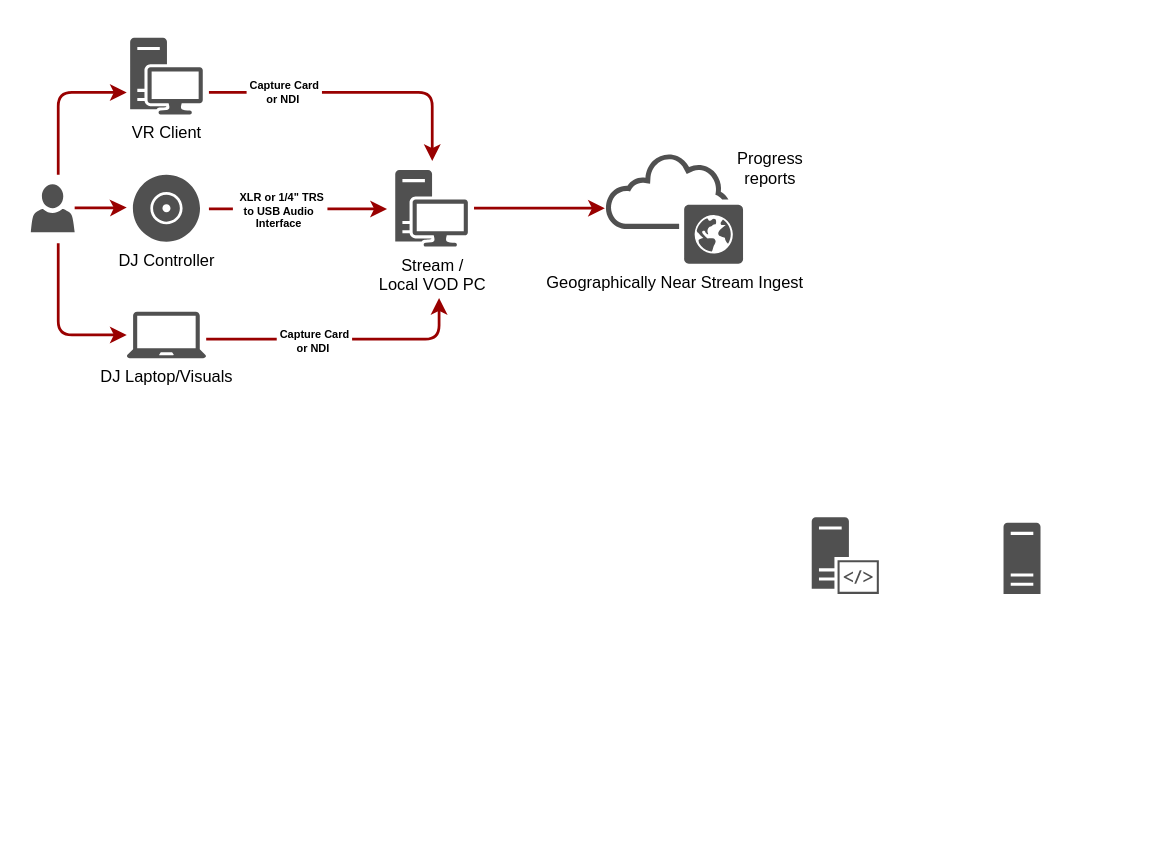
Earlier version of the draw.io diagram vrproduction.drawio (towneh/audiovisualtips). Source tidied: cells renumbered, new cells numbered last; positions are measured from the earlier drawing's top-left corner, leaving out a move shared by most shapes. Both pictures are drawn from the tidied source at 137%, with x=0, y=0 at pixel (30, 37).
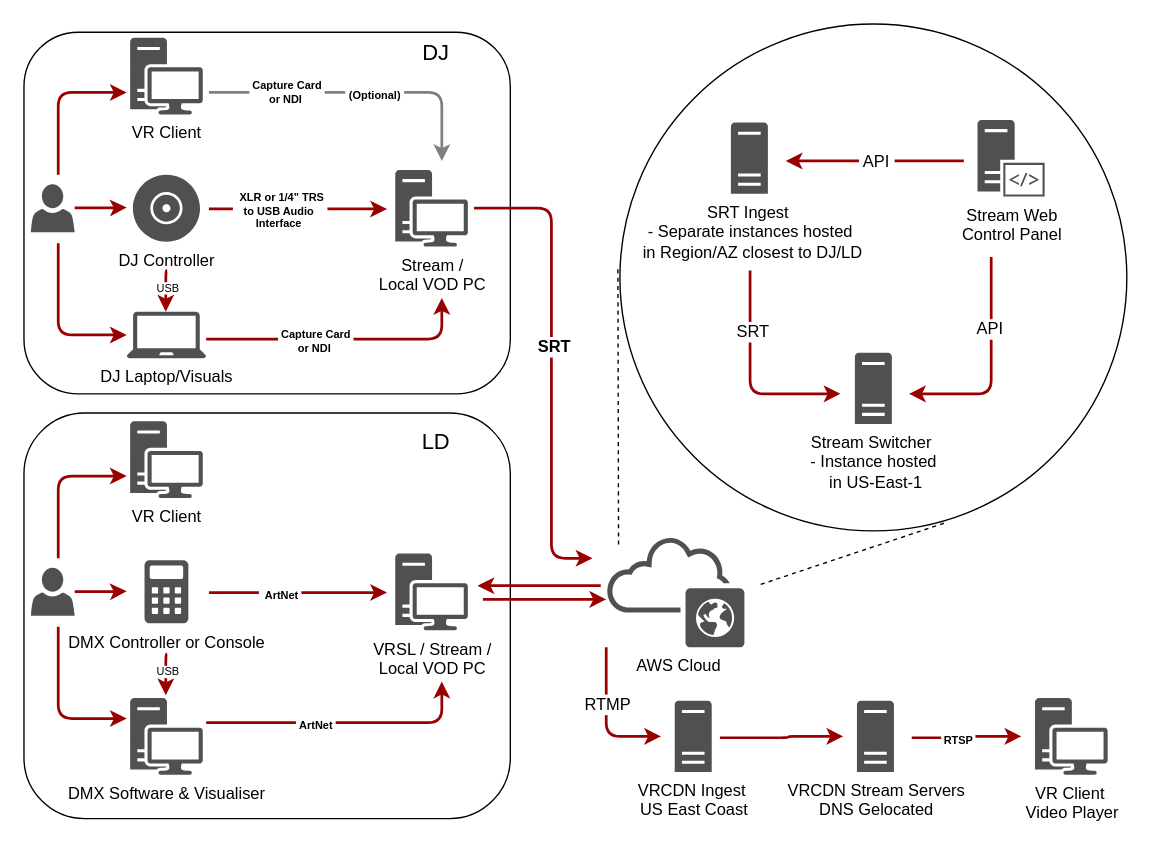
The same page after the edit.

The change refers to these unchanged cells:
```xml
<mxCell id="10" value="&lt;div&gt;DJ Laptop/Visuals&lt;/div&gt;" style="sketch=0;shadow=0;dashed=0;html=1;strokeColor=none;fillColor=#505050;labelPosition=center;verticalLabelPosition=bottom;verticalAlign=top;outlineConnect=0;align=center;shape=mxgraph.office.devices.laptop;" parent="1" vertex="1">
  <mxGeometry x="70" y="200" width="58" height="34" as="geometry" />
</mxCell>
```

Diff of the diagram source:
```diff
@@
-    <mxCell id="2" value="Progress&#10;reports" style="text;spacingTop=-5;align=center;" parent="1" vertex="1">
-      <mxGeometry x="525" y="80" width="30" height="20" as="geometry" />
-    </mxCell>
+    <mxCell id="21" style="ellipse;whiteSpace=wrap;html=1;" parent="1" vertex="1">
+      <mxGeometry x="430" y="-10" width="370" height="370" as="geometry" />
+    </mxCell>
+    <mxCell id="22" style="rounded=1;whiteSpace=wrap;html=1;" parent="1" vertex="1">
+      <mxGeometry x="-5" y="274" width="355" height="296" as="geometry" />
+    </mxCell>
+    <mxCell id="23" style="rounded=1;whiteSpace=wrap;html=1;" parent="1" vertex="1">
+      <mxGeometry x="-5" y="-4" width="355" height="264" as="geometry" />
+    </mxCell>
-    <mxCell id="3" style="edgeStyle=elbowEdgeStyle;elbow=horizontal;strokeColor=#990000;strokeWidth=2;" parent="1" edge="1">
+    <mxCell id="3" style="edgeStyle=elbowEdgeStyle;elbow=horizontal;strokeColor=#808080;strokeWidth=2;" parent="1" edge="1">
       <mxGeometry relative="1" as="geometry">
         <mxPoint x="130" y="40" as="sourcePoint" />
-        <mxPoint x="293" y="90" as="targetPoint" />
+        <mxPoint x="300" y="90" as="targetPoint" />
         <Array as="points">
-          <mxPoint x="293" y="30" />
+          <mxPoint x="300" y="40" />
         </Array>
       </mxGeometry>
     </mxCell>
@@
+    <mxCell id="24" value="&amp;nbsp;(Optional)&amp;nbsp; " style="edgeLabel;html=1;align=center;verticalAlign=middle;fontSize=8;fontStyle=1;" parent="3" vertex="1">
+      <mxGeometry x="0.09" y="-1" relative="1" as="geometry" />
+    </mxCell>
-    <mxCell id="5" value="Geographically Near Stream Ingest" style="sketch=0;shadow=0;dashed=0;html=1;strokeColor=none;fillColor=#505050;labelPosition=center;verticalLabelPosition=bottom;outlineConnect=0;verticalAlign=top;align=center;shape=mxgraph.office.clouds.public_cloud;" parent="1" vertex="1">
-      <mxGeometry x="419" y="84" width="101" height="81" as="geometry" />
+    <mxCell id="5" value="&lt;div&gt;&amp;nbsp;AWS Cloud&lt;br&gt;&lt;/div&gt;" style="sketch=0;shadow=0;dashed=0;html=1;strokeColor=none;fillColor=#505050;labelPosition=center;verticalLabelPosition=bottom;outlineConnect=0;verticalAlign=top;align=center;shape=mxgraph.office.clouds.public_cloud;" parent="1" vertex="1">
+      <mxGeometry x="420" y="364" width="101" height="81" as="geometry" />
     </mxCell>
-    <mxCell id="6" style="sketch=0;shadow=0;dashed=0;html=1;strokeColor=none;fillColor=#505050;labelPosition=center;verticalLabelPosition=bottom;verticalAlign=top;align=center;shape=mxgraph.office.servers.server_side_code;" parent="1" vertex="1">
-      <mxGeometry x="570" y="350" width="49" height="56" as="geometry" />
-    </mxCell>
-    <mxCell id="7" style="sketch=0;shadow=0;dashed=0;html=1;strokeColor=none;fillColor=#505050;labelPosition=center;verticalLabelPosition=bottom;verticalAlign=top;align=center;shape=mxgraph.office.servers.server_generic;" parent="1" vertex="1">
-      <mxGeometry x="710" y="354" width="27" height="52" as="geometry" />
-    </mxCell>
@@
     <mxCell id="11" style="edgeStyle=elbowEdgeStyle;elbow=horizontal;strokeColor=#990000;strokeWidth=2;" parent="1" edge="1">
       <mxGeometry relative="1" as="geometry">
         <mxPoint x="128" y="220" as="sourcePoint" />
-        <mxPoint x="298" y="190" as="targetPoint" />
+        <mxPoint x="300" y="190" as="targetPoint" />
         <Array as="points">
-          <mxPoint x="298" y="220" />
+          <mxPoint x="300" y="210" />
         </Array>
       </mxGeometry>
     </mxCell>
@@
-    <mxCell id="20" style="edgeStyle=elbowEdgeStyle;elbow=horizontal;strokeColor=#990000;strokeWidth=2;" parent="1" edge="1" target="5">
+    <mxCell id="20" style="edgeStyle=elbowEdgeStyle;elbow=horizontal;strokeColor=#990000;strokeWidth=2;" parent="1" edge="1">
       <mxGeometry relative="1" as="geometry">
         <mxPoint x="323.5" y="124.5" as="sourcePoint" />
+        <mxPoint x="410" y="380" as="targetPoint" />
         <Array as="points">
-          <mxPoint x="351.5" y="124.5" />
+          <mxPoint x="380" y="250" />
         </Array>
       </mxGeometry>
     </mxCell>
+    <mxCell id="25" value="&amp;nbsp;SRT&amp;nbsp; " style="edgeLabel;html=1;align=center;verticalAlign=middle;fontSize=12;fontStyle=1;" parent="20" vertex="1">
+      <mxGeometry x="-0.08" y="1" relative="1" as="geometry" />
+    </mxCell>
+    <mxCell id="26" style="edgeStyle=elbowEdgeStyle;elbow=horizontal;strokeColor=#990000;strokeWidth=2;" parent="1" edge="1" target="10">
+      <mxGeometry relative="1" as="geometry">
+        <mxPoint x="99.5" y="170" as="sourcePoint" />
+        <Array as="points">
+          <mxPoint x="98.5" y="170" />
+        </Array>
+      </mxGeometry>
+    </mxCell>
+    <mxCell id="27" value="USB" style="edgeLabel;html=1;align=center;verticalAlign=middle;fontSize=8;" parent="26" vertex="1">
+      <mxGeometry x="-0.15" y="1" relative="1" as="geometry" />
+    </mxCell>
+    <mxCell id="28" style="endArrow=none;dashed=1;html=1;rounded=0;fontSize=12;startSize=8;endSize=8;curved=1;entryX=-0.004;entryY=0.477;entryDx=0;entryDy=0;entryPerimeter=0;" parent="1" edge="1" target="21">
+      <mxGeometry relative="1" as="geometry">
+        <mxPoint x="429" y="370" as="sourcePoint" />
+      </mxGeometry>
+    </mxCell>
+    <mxCell id="29" style="endArrow=none;dashed=1;html=1;rounded=0;fontSize=12;startSize=8;endSize=8;curved=1;exitX=0.639;exitY=0.985;exitDx=0;exitDy=0;exitPerimeter=0;" parent="1" edge="1" source="21">
+      <mxGeometry relative="1" as="geometry">
+        <mxPoint x="530" y="400" as="targetPoint" />
+      </mxGeometry>
+    </mxCell>
+    <mxCell id="6" value="&lt;div&gt;Stream Web&lt;/div&gt;&lt;div&gt;Control Panel&lt;br&gt;&lt;/div&gt;" style="sketch=0;shadow=0;dashed=0;html=1;strokeColor=none;fillColor=#505050;labelPosition=center;verticalLabelPosition=bottom;verticalAlign=top;align=center;shape=mxgraph.office.servers.server_side_code;" parent="1" vertex="1">
+      <mxGeometry x="691" y="60" width="49" height="56" as="geometry" />
+    </mxCell>
+    <mxCell id="7" value="&lt;div&gt;SRT Ingest&amp;nbsp;&lt;/div&gt;&lt;div&gt;- Separate instances hosted&lt;/div&gt;&lt;div&gt;&amp;nbsp;in Region/AZ closest to DJ/LD&lt;/div&gt;" style="sketch=0;shadow=0;dashed=0;html=1;strokeColor=none;fillColor=#505050;labelPosition=center;verticalLabelPosition=bottom;verticalAlign=top;align=center;shape=mxgraph.office.servers.server_generic;" parent="1" vertex="1">
+      <mxGeometry x="511" y="62" width="27" height="52" as="geometry" />
+    </mxCell>
+    <mxCell id="30" value="&lt;div&gt;Stream Switcher&amp;nbsp;&lt;/div&gt;&lt;div&gt;- Instance hosted&lt;/div&gt;&lt;div&gt;&amp;nbsp;in US-East-1&lt;/div&gt;" style="sketch=0;shadow=0;dashed=0;html=1;strokeColor=none;fillColor=#505050;labelPosition=center;verticalLabelPosition=bottom;verticalAlign=top;align=center;shape=mxgraph.office.servers.server_generic;" parent="1" vertex="1">
+      <mxGeometry x="601.5" y="230" width="27" height="52" as="geometry" />
+    </mxCell>
+    <mxCell id="31" style="edgeStyle=elbowEdgeStyle;elbow=horizontal;strokeColor=#990000;strokeWidth=2;" parent="1" edge="1">
+      <mxGeometry relative="1" as="geometry">
+        <mxPoint x="525" y="170" as="sourcePoint" />
+        <mxPoint x="591" y="260" as="targetPoint" />
+        <Array as="points">
+          <mxPoint x="525" y="170" />
+        </Array>
+      </mxGeometry>
+    </mxCell>
+    <mxCell id="32" value="SRT" style="edgeLabel;html=1;align=center;verticalAlign=middle;fontSize=12;" parent="31" vertex="1">
+      <mxGeometry x="-0.43" y="1" relative="1" as="geometry" />
+    </mxCell>
+    <mxCell id="33" style="edgeStyle=elbowEdgeStyle;elbow=horizontal;strokeColor=#990000;strokeWidth=2;" parent="1" edge="1">
+      <mxGeometry relative="1" as="geometry">
+        <mxPoint x="701" y="160" as="sourcePoint" />
+        <mxPoint x="641" y="260" as="targetPoint" />
+        <Array as="points">
+          <mxPoint x="701" y="266" />
+        </Array>
+      </mxGeometry>
+    </mxCell>
+    <mxCell id="34" value="API" style="edgeLabel;html=1;align=center;verticalAlign=middle;fontSize=12;" parent="33" vertex="1">
+      <mxGeometry x="-0.35" y="-2" relative="1" as="geometry" />
+    </mxCell>
+    <mxCell id="35" style="edgeStyle=elbowEdgeStyle;elbow=horizontal;strokeColor=#990000;strokeWidth=2;" parent="1" edge="1">
+      <mxGeometry relative="1" as="geometry">
+        <mxPoint x="681" y="90" as="sourcePoint" />
+        <mxPoint x="551" y="90" as="targetPoint" />
+        <Array as="points">
+          <mxPoint x="621" y="90" />
+        </Array>
+      </mxGeometry>
+    </mxCell>
+    <mxCell id="36" value="&amp;nbsp;API&amp;nbsp; " style="edgeLabel;html=1;align=center;verticalAlign=middle;fontSize=12;" parent="35" vertex="1">
+      <mxGeometry relative="1" as="geometry" />
+    </mxCell>
+    <mxCell id="37" value="VR Client" style="sketch=0;shadow=0;dashed=0;html=1;strokeColor=none;fillColor=#505050;labelPosition=center;verticalLabelPosition=bottom;verticalAlign=top;align=center;shape=mxgraph.office.devices.workstation;" parent="1" vertex="1">
+      <mxGeometry x="72.5" y="280" width="53" height="56" as="geometry" />
+    </mxCell>
+    <mxCell id="38" style="sketch=0;shadow=0;dashed=0;html=1;strokeColor=none;fillColor=#505050;labelPosition=center;verticalLabelPosition=bottom;verticalAlign=top;align=center;shape=mxgraph.office.users.user;" parent="1" vertex="1">
+      <mxGeometry y="387" width="32" height="35" as="geometry" />
+    </mxCell>
+    <mxCell id="39" style="edgeStyle=elbowEdgeStyle;elbow=horizontal;strokeColor=#990000;strokeWidth=2;" parent="1" edge="1">
+      <mxGeometry relative="1" as="geometry">
+        <mxPoint x="128" y="500" as="sourcePoint" />
+        <mxPoint x="300" y="470" as="targetPoint" />
+        <Array as="points">
+          <mxPoint x="300" y="490" />
+        </Array>
+      </mxGeometry>
+    </mxCell>
+    <mxCell id="40" value="&lt;div&gt;&lt;b&gt;&amp;nbsp;ArtNet&amp;nbsp; &lt;/b&gt;&lt;/div&gt;" style="edgeLabel;html=1;align=center;verticalAlign=middle;fontSize=8;" parent="39" vertex="1">
+      <mxGeometry x="-0.22" y="-1" relative="1" as="geometry" />
+    </mxCell>
+    <mxCell id="41" style="edgeStyle=elbowEdgeStyle;elbow=horizontal;strokeColor=#990000;strokeWidth=2;" parent="1" edge="1">
+      <mxGeometry relative="1" as="geometry">
+        <mxPoint x="130" y="405" as="sourcePoint" />
+        <mxPoint x="260" y="405" as="targetPoint" />
+        <Array as="points">
+          <mxPoint x="210" y="510" />
+        </Array>
+      </mxGeometry>
+    </mxCell>
+    <mxCell id="42" value="&lt;div&gt;&lt;b&gt;&amp;nbsp; ArtNet&amp;nbsp; &lt;br&gt;&lt;/b&gt;&lt;/div&gt;" style="edgeLabel;html=1;align=center;verticalAlign=middle;fontSize=8;" parent="41" vertex="1">
+      <mxGeometry x="-0.22" y="-1" relative="1" as="geometry" />
+    </mxCell>
+    <mxCell id="43" style="edgeStyle=elbowEdgeStyle;elbow=horizontal;strokeColor=#990000;strokeWidth=2;" parent="1" edge="1">
+      <mxGeometry relative="1" as="geometry">
+        <mxPoint x="20" y="380" as="sourcePoint" />
+        <mxPoint x="70" y="320" as="targetPoint" />
+        <Array as="points">
+          <mxPoint x="20" y="320" />
+        </Array>
+      </mxGeometry>
+    </mxCell>
+    <mxCell id="44" style="edgeStyle=elbowEdgeStyle;elbow=horizontal;strokeColor=#990000;strokeWidth=2;" parent="1" edge="1">
+      <mxGeometry relative="1" as="geometry">
+        <mxPoint x="20" y="430" as="sourcePoint" />
+        <mxPoint x="70" y="497" as="targetPoint" />
+        <Array as="points">
+          <mxPoint x="20" y="497" />
+        </Array>
+      </mxGeometry>
+    </mxCell>
+    <mxCell id="45" style="edgeStyle=elbowEdgeStyle;elbow=horizontal;strokeColor=#990000;strokeWidth=2;" parent="1" edge="1">
+      <mxGeometry relative="1" as="geometry">
+        <mxPoint x="32" y="404.3" as="sourcePoint" />
+        <mxPoint x="70" y="404" as="targetPoint" />
+        <Array as="points">
+          <mxPoint x="60" y="404.3" />
+        </Array>
+      </mxGeometry>
+    </mxCell>
+    <mxCell id="46" value="VRSL / Stream / &lt;br&gt;Local VOD PC" style="sketch=0;shadow=0;dashed=0;html=1;strokeColor=none;fillColor=#505050;labelPosition=center;verticalLabelPosition=bottom;verticalAlign=top;align=center;shape=mxgraph.office.devices.workstation;" parent="1" vertex="1">
+      <mxGeometry x="266" y="376.5" width="53" height="56" as="geometry" />
+    </mxCell>
+    <mxCell id="47" style="edgeStyle=elbowEdgeStyle;elbow=horizontal;strokeColor=#990000;strokeWidth=2;" parent="1" edge="1">
+      <mxGeometry relative="1" as="geometry">
+        <mxPoint x="99.5" y="450" as="sourcePoint" />
+        <mxPoint x="98.5" y="480" as="targetPoint" />
+        <Array as="points">
+          <mxPoint x="98.5" y="450" />
+        </Array>
+      </mxGeometry>
+    </mxCell>
+    <mxCell id="48" value="USB" style="edgeLabel;html=1;align=center;verticalAlign=middle;fontSize=8;" parent="47" vertex="1">
+      <mxGeometry x="-0.15" y="1" relative="1" as="geometry" />
+    </mxCell>
+    <mxCell id="49" value="DMX Controller or Console" style="sketch=0;shadow=0;dashed=0;html=1;strokeColor=none;fillColor=#505050;labelPosition=center;verticalLabelPosition=bottom;verticalAlign=top;align=center;shape=mxgraph.office.concepts.calculator;" parent="1" vertex="1">
+      <mxGeometry x="83" y="381.5" width="32" height="46" as="geometry" />
+    </mxCell>
+    <mxCell id="50" value="DMX Software &amp;amp; Visualiser" style="sketch=0;shadow=0;dashed=0;html=1;strokeColor=none;fillColor=#505050;labelPosition=center;verticalLabelPosition=bottom;verticalAlign=top;align=center;shape=mxgraph.office.devices.workstation;" parent="1" vertex="1">
+      <mxGeometry x="72.5" y="482" width="53" height="56" as="geometry" />
+    </mxCell>
+    <mxCell id="51" value="DJ" style="text;strokeColor=none;fillColor=none;html=1;align=center;verticalAlign=middle;whiteSpace=wrap;rounded=0;fontSize=16;" parent="1" vertex="1">
+      <mxGeometry x="266" y="-4" width="60" height="30" as="geometry" />
+    </mxCell>
+    <mxCell id="52" value="LD" style="text;strokeColor=none;fillColor=none;html=1;align=center;verticalAlign=middle;whiteSpace=wrap;rounded=0;fontSize=16;" parent="1" vertex="1">
+      <mxGeometry x="266" y="280" width="60" height="30" as="geometry" />
+    </mxCell>
+    <mxCell id="53" style="edgeStyle=elbowEdgeStyle;elbow=horizontal;strokeColor=#990000;strokeWidth=2;" parent="1" edge="1">
+      <mxGeometry relative="1" as="geometry">
+        <mxPoint x="416" y="400" as="sourcePoint" />
+        <mxPoint x="326" y="400" as="targetPoint" />
+        <Array as="points">
+          <mxPoint x="386" y="400" />
+        </Array>
+      </mxGeometry>
+    </mxCell>
+    <mxCell id="54" style="edgeStyle=elbowEdgeStyle;elbow=horizontal;strokeColor=#990000;strokeWidth=2;" parent="1" edge="1">
+      <mxGeometry relative="1" as="geometry">
+        <mxPoint x="330" y="410" as="sourcePoint" />
+        <mxPoint x="420" y="410" as="targetPoint" />
+        <Array as="points">
+          <mxPoint x="400" y="410" />
+        </Array>
+      </mxGeometry>
+    </mxCell>
+    <mxCell id="55" value="&lt;div&gt;VRCDN Ingest&amp;nbsp;&lt;/div&gt;&lt;div&gt;US East Coast&lt;/div&gt;" style="sketch=0;shadow=0;dashed=0;html=1;strokeColor=none;fillColor=#505050;labelPosition=center;verticalLabelPosition=bottom;verticalAlign=top;align=center;shape=mxgraph.office.servers.server_generic;" parent="1" vertex="1">
+      <mxGeometry x="470" y="484" width="27" height="52" as="geometry" />
+    </mxCell>
+    <mxCell id="56" style="edgeStyle=elbowEdgeStyle;elbow=horizontal;strokeColor=#990000;strokeWidth=2;" parent="1" edge="1" source="5">
+      <mxGeometry relative="1" as="geometry">
+        <mxPoint x="460" y="510" as="targetPoint" />
+        <Array as="points">
+          <mxPoint x="420" y="510" />
+          <mxPoint x="420" y="520" />
+        </Array>
+      </mxGeometry>
+    </mxCell>
+    <mxCell id="57" value="RTMP" style="edgeLabel;html=1;align=center;verticalAlign=middle;fontSize=12;" parent="56" vertex="1">
+      <mxGeometry x="-0.21" relative="1" as="geometry" />
+    </mxCell>
+    <mxCell id="58" value="&lt;div&gt;VRCDN Stream Servers&lt;/div&gt;&lt;div&gt;DNS Gelocated&lt;br&gt;&lt;/div&gt;" style="sketch=0;shadow=0;dashed=0;html=1;strokeColor=none;fillColor=#505050;labelPosition=center;verticalLabelPosition=bottom;verticalAlign=top;align=center;shape=mxgraph.office.servers.server_generic;" parent="1" vertex="1">
+      <mxGeometry x="603" y="484" width="27" height="52" as="geometry" />
+    </mxCell>
+    <mxCell id="59" value="&lt;div&gt;VR Client&amp;nbsp;&lt;/div&gt;&lt;div&gt;Video Player&lt;/div&gt;" style="sketch=0;shadow=0;dashed=0;html=1;strokeColor=none;fillColor=#505050;labelPosition=center;verticalLabelPosition=bottom;verticalAlign=top;align=center;shape=mxgraph.office.devices.workstation;" parent="1" vertex="1">
+      <mxGeometry x="733" y="482" width="53" height="56" as="geometry" />
+    </mxCell>
+    <mxCell id="60" style="edgeStyle=elbowEdgeStyle;elbow=horizontal;strokeColor=#990000;strokeWidth=2;" parent="1" edge="1">
+      <mxGeometry relative="1" as="geometry">
+        <mxPoint x="503" y="511" as="sourcePoint" />
+        <mxPoint x="593" y="510" as="targetPoint" />
+        <Array as="points">
+          <mxPoint x="553" y="511" />
+        </Array>
+      </mxGeometry>
+    </mxCell>
+    <mxCell id="61" style="edgeStyle=elbowEdgeStyle;elbow=horizontal;strokeColor=#990000;strokeWidth=2;" parent="1" edge="1">
+      <mxGeometry relative="1" as="geometry">
+        <mxPoint x="643" y="511" as="sourcePoint" />
+        <mxPoint x="723" y="510" as="targetPoint" />
+        <Array as="points">
+          <mxPoint x="683" y="511" />
+        </Array>
+      </mxGeometry>
+    </mxCell>
+    <mxCell id="62" value="&lt;b&gt;&amp;nbsp;RTSP&amp;nbsp; &lt;br&gt;&lt;/b&gt;" style="edgeLabel;html=1;align=center;verticalAlign=middle;fontSize=8;" parent="61" vertex="1">
+      <mxGeometry x="-0.18" y="-1" relative="1" as="geometry" />
+    </mxCell>
```
